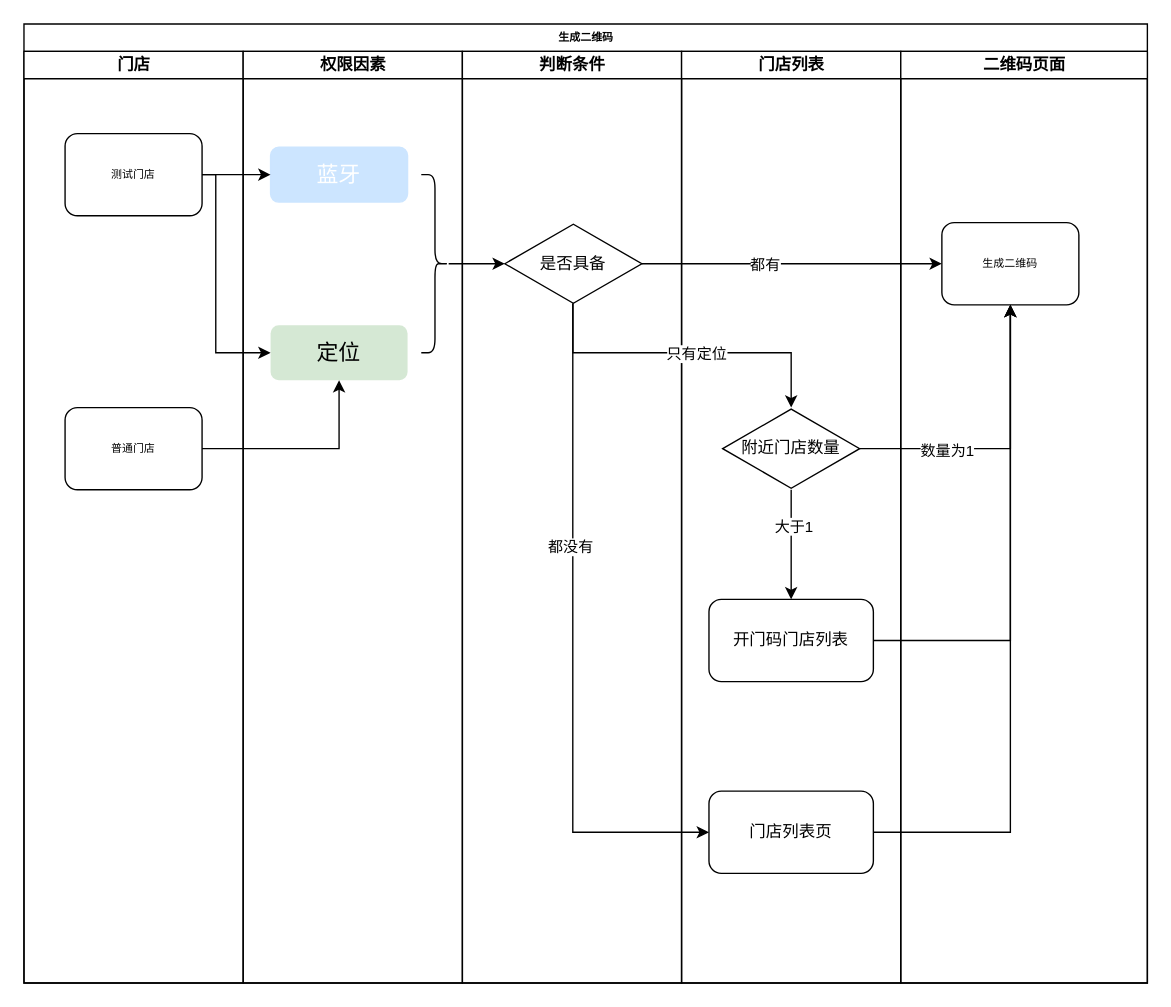
Before: page "Page-1" (1 of 2) of .drawio-chrome/开门码时序图.drawio in yyht800/SiGuoYa, a draw.io diagram. Source tidied: cells renumbered, new cells numbered last; positions are measured from the earlier drawing's top-left corner, leaving out a move shared by most shapes. Both pictures are drawn from the tidied source at 137%, with x=0, y=0 at pixel (23, 23).
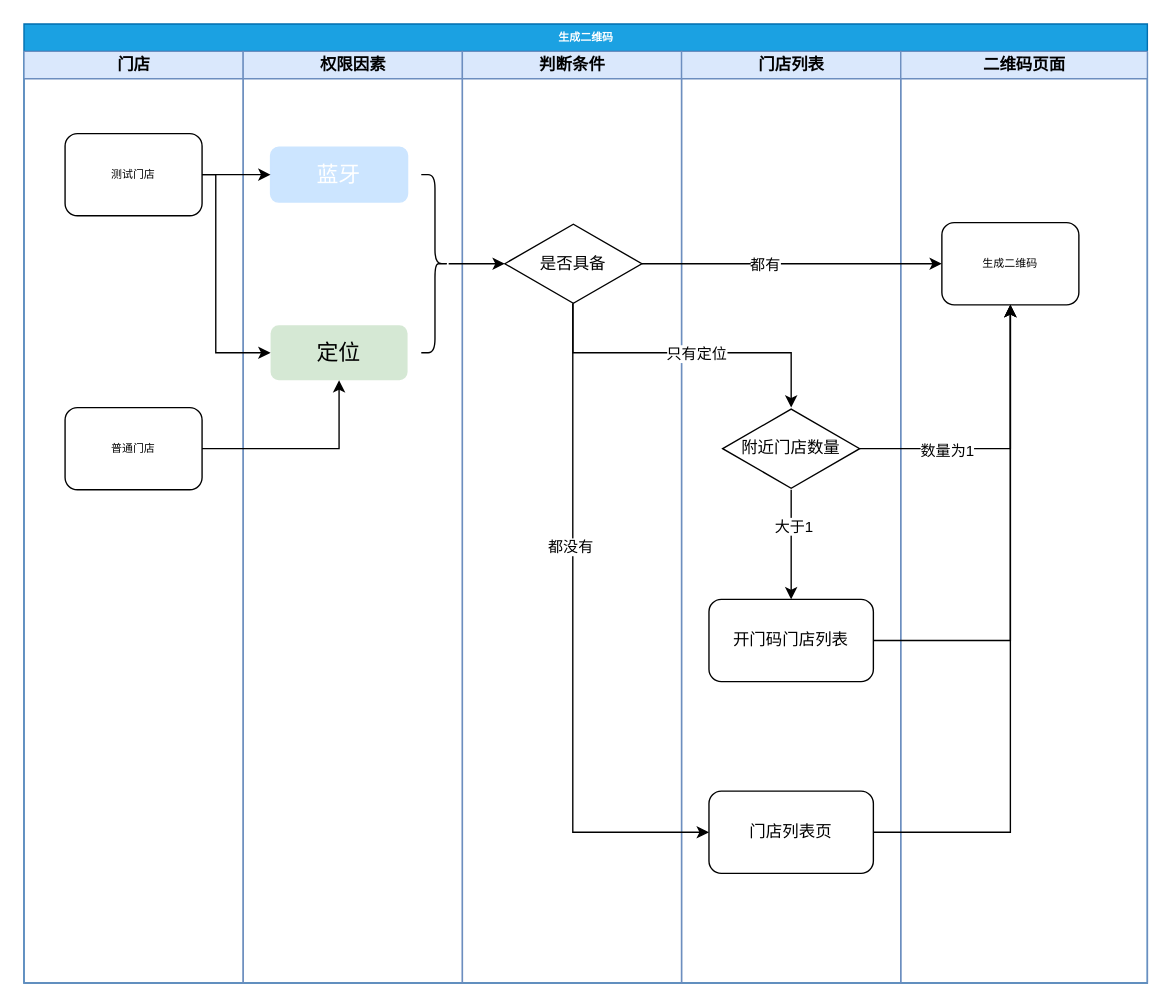
Above is the later version.

Commit message (it also covers changes not shown here):
更新开门码时序图.drawio

The edit, as a diff of the source:
```diff
@@
-    <mxCell id="2" value="生成二维码" style="swimlane;html=1;startSize=20;rounded=0;shadow=0;labelBackgroundColor=none;strokeWidth=1;fontFamily=Verdana;fontSize=8;align=center;swimlaneFillColor=none;" parent="1" vertex="1">
+    <mxCell id="2" value="生成二维码" style="swimlane;html=1;startSize=20;rounded=0;shadow=0;labelBackgroundColor=none;strokeWidth=1;fontFamily=Verdana;fontSize=8;align=center;swimlaneFillColor=none;fillColor=#1ba1e2;strokeColor=#006EAF;fontColor=#ffffff;" parent="1" vertex="1">
       <mxGeometry width="820" height="700" as="geometry" />
     </mxCell>
-    <mxCell id="3" value="门店" style="swimlane;html=1;startSize=20;" parent="2" vertex="1">
+    <mxCell id="3" value="门店" style="swimlane;html=1;startSize=20;fillColor=#dae8fc;strokeColor=#6c8ebf;" parent="2" vertex="1">
       <mxGeometry y="20" width="160" height="680" as="geometry" />
     </mxCell>
@@
-    <mxCell id="6" value="权限因素" style="swimlane;html=1;startSize=20;" parent="2" vertex="1">
+    <mxCell id="6" value="权限因素" style="swimlane;html=1;startSize=20;fillColor=#dae8fc;strokeColor=#6c8ebf;" parent="2" vertex="1">
       <mxGeometry x="160" y="20" width="160" height="680" as="geometry" />
     </mxCell>
@@
-    <mxCell id="10" value="判断条件" style="swimlane;html=1;startSize=20;" parent="2" vertex="1">
+    <mxCell id="10" value="判断条件" style="swimlane;html=1;startSize=20;fillColor=#dae8fc;strokeColor=#6c8ebf;" parent="2" vertex="1">
       <mxGeometry x="320" y="20" width="160" height="680" as="geometry" />
     </mxCell>
@@
-    <mxCell id="12" value="门店列表" style="swimlane;html=1;startSize=20;" parent="2" vertex="1">
+    <mxCell id="12" value="门店列表" style="swimlane;html=1;startSize=20;fillColor=#dae8fc;strokeColor=#6c8ebf;" parent="2" vertex="1">
       <mxGeometry x="480" y="20" width="160" height="680" as="geometry" />
     </mxCell>
@@
-    <mxCell id="15" value="二维码页面" style="swimlane;html=1;startSize=20;" parent="2" vertex="1">
+    <mxCell id="15" value="二维码页面" style="swimlane;html=1;startSize=20;fillColor=#dae8fc;strokeColor=#6c8ebf;" parent="2" vertex="1">
       <mxGeometry x="640" y="20" width="180" height="680" as="geometry" />
     </mxCell>
```
